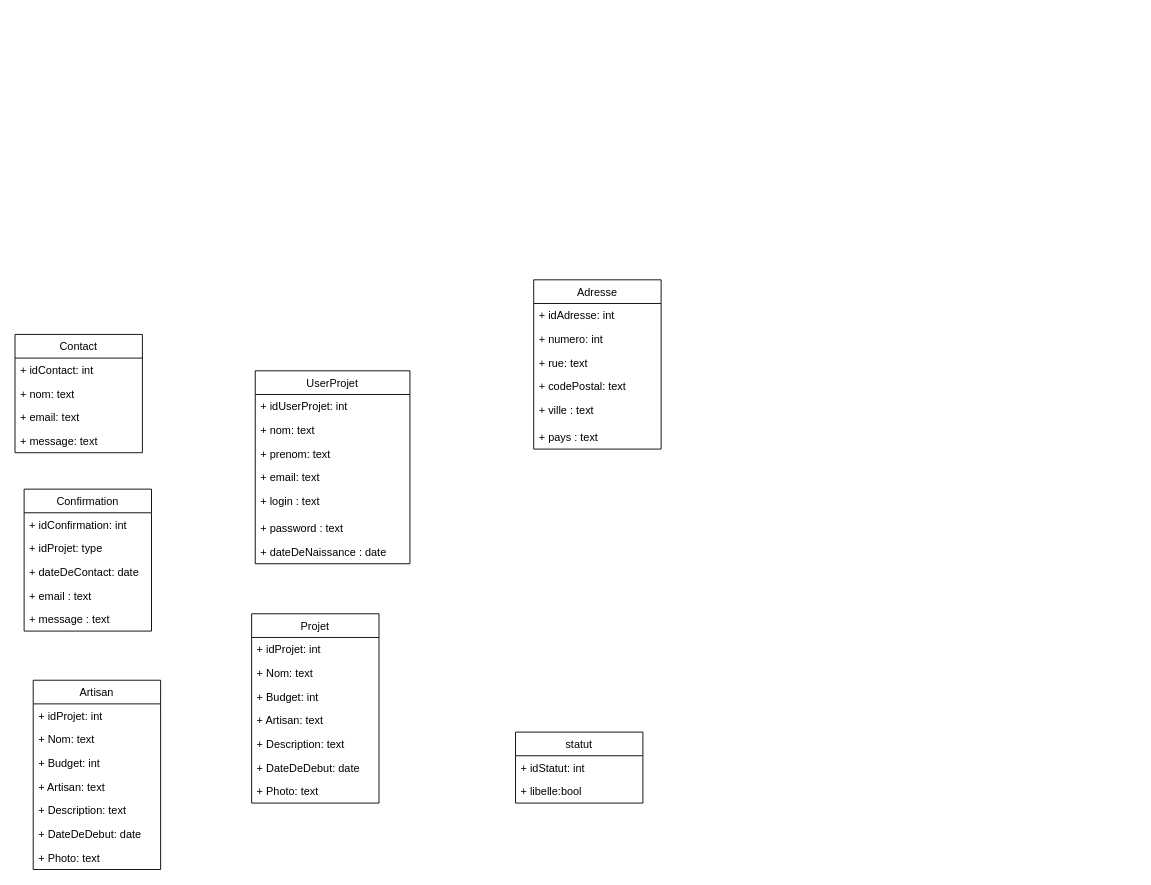
Above: src/Documentation/UML_Deco.drawio in paulinecoudert/SymfonyDeco (draw.io), before the change. Source tidied: cells renumbered, new cells numbered last; positions are measured from the earlier drawing's top-left corner, leaving out a move shared by most shapes. Both pictures are drawn from the tidied source at 91%, with x=0, y=0 at pixel (15, 279).
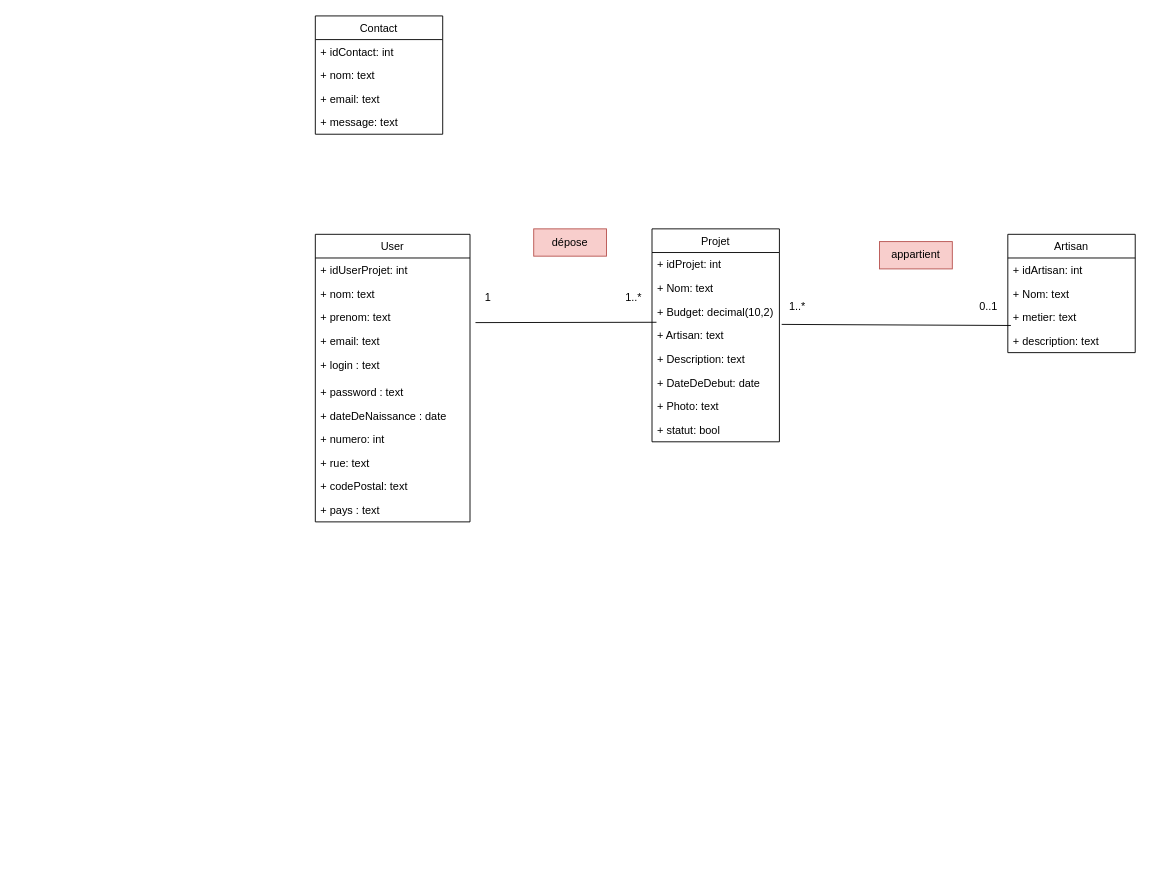
Above is the later version.

The change refers to these unchanged cells:
```xml
<mxCell id="6" value="+ Artisan: text" style="text;strokeColor=none;fillColor=none;align=left;verticalAlign=top;spacingLeft=4;spacingRight=4;overflow=hidden;points=[[0,0.5],[1,0.5]];portConstraint=eastwest;" parent="2" vertex="1">
  <mxGeometry y="104" width="140" height="26" as="geometry" />
</mxCell>
```

Diff of the diagram source:
```diff
@@
+    <mxCell id="47" value="appartient" style="text;html=1;strokeColor=#b85450;fillColor=#f8cecc;align=center;verticalAlign=middle;whiteSpace=wrap;rounded=0;" parent="1" vertex="1">
+      <mxGeometry x="950" y="-42" width="80" height="30" as="geometry" />
+    </mxCell>
+    <mxCell id="48" value="0..1" style="text;html=1;strokeColor=none;fillColor=none;align=center;verticalAlign=middle;whiteSpace=wrap;rounded=0;" parent="1" vertex="1">
+      <mxGeometry x="1060" y="10" width="20" height="40" as="geometry" />
+    </mxCell>
+    <mxCell id="49" value="1..*" style="text;html=1;strokeColor=none;fillColor=none;align=center;verticalAlign=middle;whiteSpace=wrap;rounded=0;" parent="1" vertex="1">
+      <mxGeometry x="850" y="10" width="20" height="40" as="geometry" />
+    </mxCell>
+    <mxCell id="50" value="dépose" style="text;html=1;strokeColor=#b85450;fillColor=#f8cecc;align=center;verticalAlign=middle;whiteSpace=wrap;rounded=0;" parent="1" vertex="1">
+      <mxGeometry x="570" y="-56" width="80" height="30" as="geometry" />
+    </mxCell>
+    <mxCell id="51" value="1..*" style="text;html=1;strokeColor=none;fillColor=none;align=center;verticalAlign=middle;whiteSpace=wrap;rounded=0;" parent="1" vertex="1">
+      <mxGeometry x="660" width="40" height="40" as="geometry" />
+    </mxCell>
+    <mxCell id="52" value="1" style="text;html=1;strokeColor=none;fillColor=none;align=center;verticalAlign=middle;whiteSpace=wrap;rounded=0;" parent="1" vertex="1">
+      <mxGeometry x="510" width="20" height="40" as="geometry" />
+    </mxCell>
+    <mxCell id="53" style="endArrow=none;html=1;exitX=0.035;exitY=-0.052;exitDx=0;exitDy=0;exitPerimeter=0;" parent="1" edge="1" source="6">
+      <mxGeometry relative="1" as="geometry">
+        <mxPoint x="506" y="47" as="targetPoint" />
+      </mxGeometry>
+    </mxCell>
     <mxCell id="2" value="Projet" style="swimlane;fontStyle=0;horizontal=1;startSize=26;fillColor=none;" parent="1" vertex="1">
-      <mxGeometry x="260" y="367" width="140" height="208" as="geometry" />
+      <mxGeometry x="700" y="-56" width="140" height="234" as="geometry" />
     </mxCell>
@@
-    <mxCell id="5" value="+ Budget: int" style="text;strokeColor=none;fillColor=none;align=left;verticalAlign=top;spacingLeft=4;spacingRight=4;overflow=hidden;" parent="2" vertex="1">
+    <mxCell id="5" value="+ Budget: decimal(10,2)" style="text;strokeColor=none;fillColor=none;align=left;verticalAlign=top;spacingLeft=4;spacingRight=4;overflow=hidden;" parent="2" vertex="1">
       <mxGeometry y="78" width="140" height="26" as="geometry" />
     </mxCell>
@@
+    <mxCell id="54" value="+ statut: bool" style="text;strokeColor=none;fillColor=none;align=left;verticalAlign=top;spacingLeft=4;spacingRight=4;overflow=hidden;" parent="2" vertex="1">
+      <mxGeometry y="208" width="140" height="26" as="geometry" />
+    </mxCell>
-    <mxCell id="10" value="UserProjet" style="swimlane;fontStyle=0;horizontal=1;startSize=26;fillColor=none;" parent="1" vertex="1">
-      <mxGeometry x="264" y="100" width="170" height="212" as="geometry" />
+    <mxCell id="10" value="User" style="swimlane;fontStyle=0;horizontal=1;startSize=26;fillColor=none;" parent="1" vertex="1">
+      <mxGeometry x="330" y="-50" width="170" height="316" as="geometry" />
     </mxCell>
@@
-    <mxCell id="18" value="Adresse" style="swimlane;fontStyle=0;horizontal=1;startSize=26;fillColor=none;" parent="1" vertex="1">
-      <mxGeometry x="570" width="140" height="186" as="geometry" />
-    </mxCell>
-    <mxCell id="19" value="+ idAdresse: int" style="text;strokeColor=none;fillColor=none;align=left;verticalAlign=top;spacingLeft=4;spacingRight=4;overflow=hidden;" parent="18" vertex="1">
-      <mxGeometry y="26" width="140" height="26" as="geometry" />
-    </mxCell>
-    <mxCell id="20" value="+ numero: int" style="text;strokeColor=none;fillColor=none;align=left;verticalAlign=top;spacingLeft=4;spacingRight=4;overflow=hidden;" parent="18" vertex="1">
-      <mxGeometry y="52" width="140" height="26" as="geometry" />
+    <mxCell id="20" value="+ numero: int" style="text;strokeColor=none;fillColor=none;align=left;verticalAlign=top;spacingLeft=4;spacingRight=4;overflow=hidden;" parent="10" vertex="1">
+      <mxGeometry y="212" width="170" height="26" as="geometry" />
     </mxCell>
-    <mxCell id="21" value="+ rue: text" style="text;strokeColor=none;fillColor=none;align=left;verticalAlign=top;spacingLeft=4;spacingRight=4;overflow=hidden;" parent="18" vertex="1">
-      <mxGeometry y="78" width="140" height="26" as="geometry" />
+    <mxCell id="21" value="+ rue: text" style="text;strokeColor=none;fillColor=none;align=left;verticalAlign=top;spacingLeft=4;spacingRight=4;overflow=hidden;" parent="10" vertex="1">
+      <mxGeometry y="238" width="170" height="26" as="geometry" />
     </mxCell>
-    <mxCell id="22" value="+ codePostal: text" style="text;strokeColor=none;fillColor=none;align=left;verticalAlign=top;spacingLeft=4;spacingRight=4;overflow=hidden;" parent="18" vertex="1">
-      <mxGeometry y="104" width="140" height="26" as="geometry" />
+    <mxCell id="22" value="+ codePostal: text" style="text;strokeColor=none;fillColor=none;align=left;verticalAlign=top;spacingLeft=4;spacingRight=4;overflow=hidden;" parent="10" vertex="1">
+      <mxGeometry y="264" width="170" height="26" as="geometry" />
     </mxCell>
-    <mxCell id="23" value="+ ville : text" style="text;strokeColor=none;fillColor=none;align=left;verticalAlign=top;spacingLeft=4;spacingRight=4;overflow=hidden;" parent="18" vertex="1">
-      <mxGeometry y="130" width="140" height="30" as="geometry" />
-    </mxCell>
-    <mxCell id="24" value="+ pays : text" style="text;strokeColor=none;fillColor=none;align=left;verticalAlign=top;spacingLeft=4;spacingRight=4;overflow=hidden;" parent="18" vertex="1">
-      <mxGeometry y="160" width="140" height="26" as="geometry" />
+    <mxCell id="24" value="+ pays : text" style="text;strokeColor=none;fillColor=none;align=left;verticalAlign=top;spacingLeft=4;spacingRight=4;overflow=hidden;" parent="10" vertex="1">
+      <mxGeometry y="290" width="170" height="26" as="geometry" />
     </mxCell>
+    <mxCell id="39" value="Artisan" style="swimlane;fontStyle=0;horizontal=1;startSize=26;fillColor=none;" parent="1" vertex="1">
+      <mxGeometry x="1091" y="-50" width="140" height="130" as="geometry" />
+    </mxCell>
+    <mxCell id="40" value="+ idArtisan: int" style="text;strokeColor=none;fillColor=none;align=left;verticalAlign=top;spacingLeft=4;spacingRight=4;overflow=hidden;" parent="39" vertex="1">
+      <mxGeometry y="26" width="140" height="26" as="geometry" />
+    </mxCell>
+    <mxCell id="41" value="+ Nom: text" style="text;strokeColor=none;fillColor=none;align=left;verticalAlign=top;spacingLeft=4;spacingRight=4;overflow=hidden;" parent="39" vertex="1">
+      <mxGeometry y="52" width="140" height="26" as="geometry" />
+    </mxCell>
+    <mxCell id="42" value="+ metier: text" style="text;strokeColor=none;fillColor=none;align=left;verticalAlign=top;spacingLeft=4;spacingRight=4;overflow=hidden;" parent="39" vertex="1">
+      <mxGeometry y="78" width="140" height="26" as="geometry" />
+    </mxCell>
+    <mxCell id="43" value="+ description: text" style="text;strokeColor=none;fillColor=none;align=left;verticalAlign=top;spacingLeft=4;spacingRight=4;overflow=hidden;points=[[0,0.5],[1,0.5]];portConstraint=eastwest;" parent="39" vertex="1">
+      <mxGeometry y="104" width="140" height="26" as="geometry" />
+    </mxCell>
+    <mxCell id="55" style="endArrow=none;html=1;entryX=1.018;entryY=0.038;entryDx=0;entryDy=0;entryPerimeter=0;exitX=0.024;exitY=-0.147;exitDx=0;exitDy=0;exitPerimeter=0;" parent="1" edge="1" source="43" target="6">
+      <mxGeometry relative="1" as="geometry" />
+    </mxCell>
     <mxCell id="25" value="Contact" style="swimlane;fontStyle=0;horizontal=1;startSize=26;fillColor=none;" parent="1" vertex="1">
-      <mxGeometry y="60" width="140" height="130" as="geometry" />
+      <mxGeometry x="330" y="-290" width="140" height="130" as="geometry" />
     </mxCell>
@@
-    <mxCell id="30" value="Confirmation" style="swimlane;fontStyle=0;horizontal=1;startSize=26;fillColor=none;" parent="1" vertex="1">
-      <mxGeometry x="10" y="230" width="140" height="156" as="geometry" />
-    </mxCell>
-    <mxCell id="31" value="+ idConfirmation: int" style="text;strokeColor=none;fillColor=none;align=left;verticalAlign=top;spacingLeft=4;spacingRight=4;overflow=hidden;" parent="30" vertex="1">
-      <mxGeometry y="26" width="140" height="26" as="geometry" />
-    </mxCell>
-    <mxCell id="32" value="+ idProjet: type" style="text;strokeColor=none;fillColor=none;align=left;verticalAlign=top;spacingLeft=4;spacingRight=4;overflow=hidden;" parent="30" vertex="1">
-      <mxGeometry y="52" width="140" height="26" as="geometry" />
-    </mxCell>
-    <mxCell id="33" value="+ dateDeContact: date" style="text;strokeColor=none;fillColor=none;align=left;verticalAlign=top;spacingLeft=4;spacingRight=4;overflow=hidden;" parent="30" vertex="1">
-      <mxGeometry y="78" width="140" height="26" as="geometry" />
-    </mxCell>
-    <mxCell id="34" value="+ email : text" style="text;strokeColor=none;fillColor=none;align=left;verticalAlign=top;spacingLeft=4;spacingRight=4;overflow=hidden;" parent="30" vertex="1">
-      <mxGeometry y="104" width="140" height="26" as="geometry" />
-    </mxCell>
-    <mxCell id="35" value="+ message : text" style="text;strokeColor=none;fillColor=none;align=left;verticalAlign=top;spacingLeft=4;spacingRight=4;overflow=hidden;" parent="30" vertex="1">
-      <mxGeometry y="130" width="140" height="26" as="geometry" />
-    </mxCell>
-    <mxCell id="36" value="statut" style="swimlane;fontStyle=0;horizontal=1;startSize=26;fillColor=none;" parent="1" vertex="1">
-      <mxGeometry x="550" y="497" width="140" height="78" as="geometry" />
-    </mxCell>
-    <mxCell id="37" value="+ idStatut: int" style="text;strokeColor=none;fillColor=none;align=left;verticalAlign=top;spacingLeft=4;spacingRight=4;overflow=hidden;" parent="36" vertex="1">
-      <mxGeometry y="26" width="140" height="26" as="geometry" />
-    </mxCell>
-    <mxCell id="38" value="+ libelle:bool" style="text;strokeColor=none;fillColor=none;align=left;verticalAlign=top;spacingLeft=4;spacingRight=4;overflow=hidden;" parent="36" vertex="1">
-      <mxGeometry y="52" width="140" height="26" as="geometry" />
-    </mxCell>
-    <mxCell id="39" value="Artisan" style="swimlane;fontStyle=0;horizontal=1;startSize=26;fillColor=none;" parent="1" vertex="1">
-      <mxGeometry x="20" y="440" width="140" height="208" as="geometry" />
-    </mxCell>
-    <mxCell id="40" value="+ idProjet: int" style="text;strokeColor=none;fillColor=none;align=left;verticalAlign=top;spacingLeft=4;spacingRight=4;overflow=hidden;" parent="39" vertex="1">
-      <mxGeometry y="26" width="140" height="26" as="geometry" />
-    </mxCell>
-    <mxCell id="41" value="+ Nom: text" style="text;strokeColor=none;fillColor=none;align=left;verticalAlign=top;spacingLeft=4;spacingRight=4;overflow=hidden;" parent="39" vertex="1">
-      <mxGeometry y="52" width="140" height="26" as="geometry" />
-    </mxCell>
-    <mxCell id="42" value="+ Budget: int" style="text;strokeColor=none;fillColor=none;align=left;verticalAlign=top;spacingLeft=4;spacingRight=4;overflow=hidden;" parent="39" vertex="1">
-      <mxGeometry y="78" width="140" height="26" as="geometry" />
-    </mxCell>
-    <mxCell id="43" value="+ Artisan: text" style="text;strokeColor=none;fillColor=none;align=left;verticalAlign=top;spacingLeft=4;spacingRight=4;overflow=hidden;points=[[0,0.5],[1,0.5]];portConstraint=eastwest;" parent="39" vertex="1">
-      <mxGeometry y="104" width="140" height="26" as="geometry" />
-    </mxCell>
-    <mxCell id="44" value="+ Description: text" style="text;strokeColor=none;fillColor=none;align=left;verticalAlign=top;spacingLeft=4;spacingRight=4;overflow=hidden;" parent="39" vertex="1">
-      <mxGeometry y="130" width="140" height="26" as="geometry" />
-    </mxCell>
-    <mxCell id="45" value="+ DateDeDebut: date" style="text;strokeColor=none;fillColor=none;align=left;verticalAlign=top;spacingLeft=4;spacingRight=4;overflow=hidden;" parent="39" vertex="1">
-      <mxGeometry y="156" width="140" height="26" as="geometry" />
-    </mxCell>
-    <mxCell id="46" value="+ Photo: text" style="text;strokeColor=none;fillColor=none;align=left;verticalAlign=top;spacingLeft=4;spacingRight=4;overflow=hidden;" parent="39" vertex="1">
-      <mxGeometry y="182" width="140" height="26" as="geometry" />
-    </mxCell>
```
